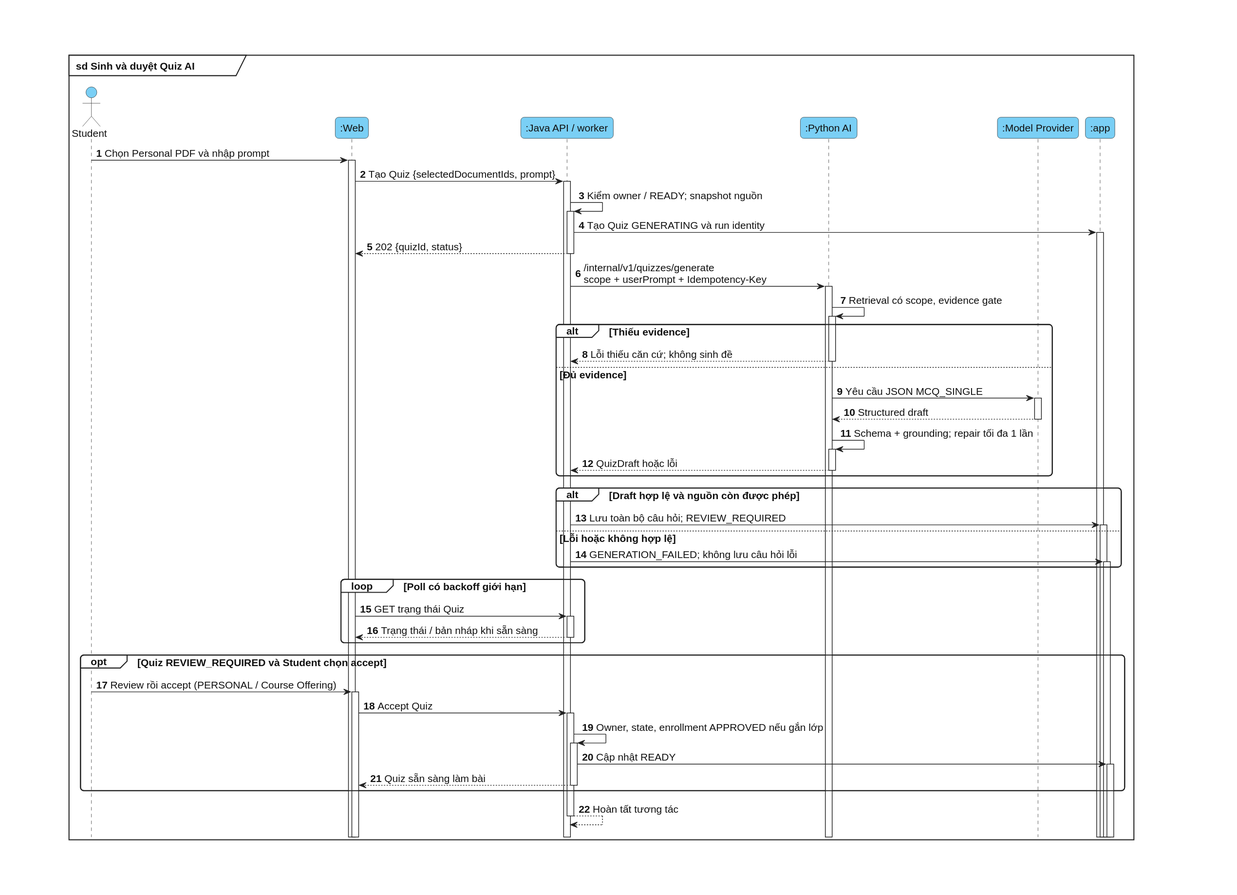
bch7504/DATN keeps this PlantUML diagram as docs/diagrams/chuong-3/sequence-12-quiz.svg. Above is the earlier version. Source of this version:
```plantuml
@startuml
skinparam defaultFontColor #111111
skinparam ArrowColor #222222
skinparam ActorBackgroundColor #7ACFF5
skinparam ActorBorderColor #222222
skinparam NoteBackgroundColor #FFF9D9
skinparam NoteBorderColor #555555
skinparam RectangleBackgroundColor white
skinparam RectangleBorderColor #222222
skinparam ParticipantBackgroundColor #7ACFF5
skinparam ParticipantBorderColor #222222
skinparam LifeLineBackgroundColor #7ACFF5
skinparam LifeLineBorderColor #222222
skinparam SequenceGroupBackgroundColor white
skinparam SequenceGroupBodyBackgroundColor white
skinparam SequenceGroupBorderColor #222222
skinparam shadowing false
skinparam linetype ortho
skinparam backgroundColor white
skinparam defaultFontName Arial
skinparam defaultFontSize 15
skinparam classAttributeIconSize 0
skinparam packageStyle rectangle
skinparam roundcorner 10
skinparam nodesep 30
skinparam ranksep 40
hide footbox
autonumber
autoactivate on
actor Student
participant ":Web" as Web
participant ":Java API / worker" as Java
participant ":Python AI" as AI
participant ":Model Provider" as LLM
participant ":app" as DB
Student -> Web : Chọn Personal PDF và nhập prompt
Web -> Java : Tạo Quiz {selectedDocumentIds, prompt}
Java -> Java : Kiểm owner / READY; snapshot nguồn
Java -> DB : Tạo Quiz GENERATING và run identity
Java --> Web : 202 {quizId, status}
Java -> AI : /internal/v1/quizzes/generate\nscope + userPrompt + Idempotency-Key
AI -> AI : Retrieval có scope, evidence gate
alt Thiếu evidence
AI --> Java : Lỗi thiếu căn cứ; không sinh đề
else Đủ evidence
AI -> LLM : Yêu cầu JSON MCQ_SINGLE
LLM --> AI : Structured draft
AI -> AI : Schema + grounding; repair tối đa 1 lần
AI --> Java : QuizDraft hoặc lỗi
end
alt Draft hợp lệ và nguồn còn được phép
Java -> DB : Lưu toàn bộ câu hỏi; REVIEW_REQUIRED
else Lỗi hoặc không hợp lệ
Java -> DB : GENERATION_FAILED; không lưu câu hỏi lỗi
end
loop Poll có backoff giới hạn
Web -> Java : GET trạng thái Quiz
Java --> Web : Trạng thái / bản nháp khi sẵn sàng
end
opt Quiz REVIEW_REQUIRED và Student chọn accept
Student -> Web : Review rồi accept (PERSONAL / Course Offering)
Web -> Java : Accept Quiz
Java -> Java : Owner, state, enrollment APPROVED nếu gắn lớp
Java -> DB : Cập nhật READY
Java --> Web : Quiz sẵn sàng làm bài
end
return Hoàn tất tương tác
@enduml
```
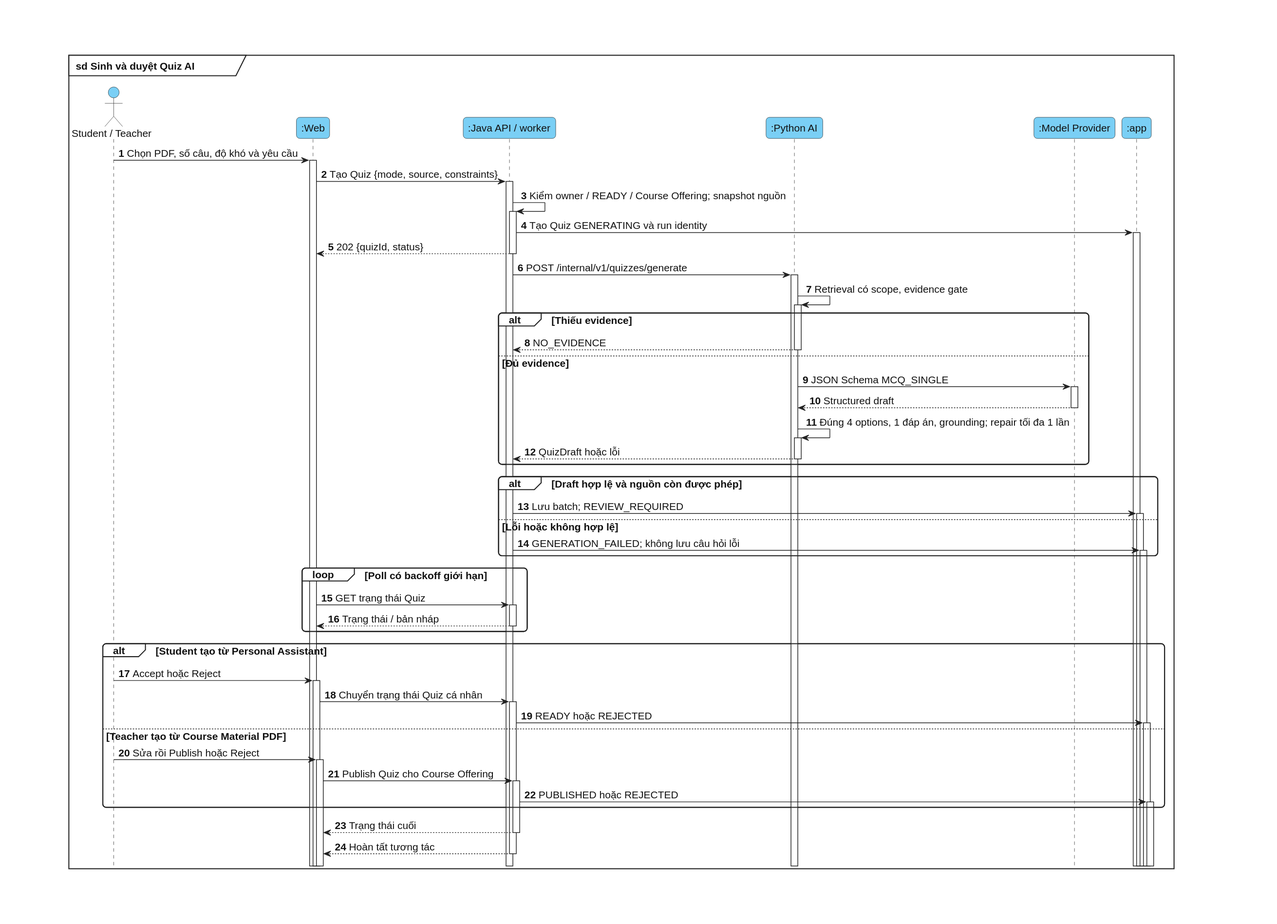
The same diagram one commit later.

Diff of the diagram source:
```diff
@@ -5,8 +5,6 @@
 skinparam ActorBorderColor #222222
 skinparam NoteBackgroundColor #FFF9D9
 skinparam NoteBorderColor #555555
-skinparam RectangleBackgroundColor white
-skinparam RectangleBorderColor #222222
 skinparam ParticipantBackgroundColor #7ACFF5
 skinparam ParticipantBorderColor #222222
 skinparam LifeLineBackgroundColor #7ACFF5
@@ -19,50 +17,51 @@
 skinparam backgroundColor white
 skinparam defaultFontName Arial
 skinparam defaultFontSize 15
-skinparam classAttributeIconSize 0
-skinparam packageStyle rectangle
 skinparam roundcorner 10
-skinparam nodesep 30
-skinparam ranksep 40
 hide footbox
 autonumber
 autoactivate on
-actor Student
+
+actor "Student / Teacher" as User
 participant ":Web" as Web
 participant ":Java API / worker" as Java
 participant ":Python AI" as AI
 participant ":Model Provider" as LLM
 participant ":app" as DB
-Student -> Web : Chọn Personal PDF và nhập prompt
-Web -> Java : Tạo Quiz {selectedDocumentIds, prompt}
-Java -> Java : Kiểm owner / READY; snapshot nguồn
+
+User -> Web : Chọn PDF, số câu, độ khó và yêu cầu
+Web -> Java : Tạo Quiz {mode, source, constraints}
+Java -> Java : Kiểm owner / READY / Course Offering; snapshot nguồn
 Java -> DB : Tạo Quiz GENERATING và run identity
 Java --> Web : 202 {quizId, status}
-Java -> AI : /internal/v1/quizzes/generate\nscope + userPrompt + Idempotency-Key
+Java -> AI : POST /internal/v1/quizzes/generate
 AI -> AI : Retrieval có scope, evidence gate
 alt Thiếu evidence
-AI --> Java : Lỗi thiếu căn cứ; không sinh đề
+  AI --> Java : NO_EVIDENCE
 else Đủ evidence
-AI -> LLM : Yêu cầu JSON MCQ_SINGLE
-LLM --> AI : Structured draft
-AI -> AI : Schema + grounding; repair tối đa 1 lần
-AI --> Java : QuizDraft hoặc lỗi
+  AI -> LLM : JSON Schema MCQ_SINGLE
+  LLM --> AI : Structured draft
+  AI -> AI : Đúng 4 options, 1 đáp án, grounding; repair tối đa 1 lần
+  AI --> Java : QuizDraft hoặc lỗi
 end
 alt Draft hợp lệ và nguồn còn được phép
-Java -> DB : Lưu toàn bộ câu hỏi; REVIEW_REQUIRED
+  Java -> DB : Lưu batch; REVIEW_REQUIRED
 else Lỗi hoặc không hợp lệ
-Java -> DB : GENERATION_FAILED; không lưu câu hỏi lỗi
+  Java -> DB : GENERATION_FAILED; không lưu câu hỏi lỗi
 end
 loop Poll có backoff giới hạn
-Web -> Java : GET trạng thái Quiz
-Java --> Web : Trạng thái / bản nháp khi sẵn sàng
+  Web -> Java : GET trạng thái Quiz
+  Java --> Web : Trạng thái / bản nháp
 end
-opt Quiz REVIEW_REQUIRED và Student chọn accept
-Student -> Web : Review rồi accept (PERSONAL / Course Offering)
-Web -> Java : Accept Quiz
-Java -> Java : Owner, state, enrollment APPROVED nếu gắn lớp
-Java -> DB : Cập nhật READY
-Java --> Web : Quiz sẵn sàng làm bài
+alt Student tạo từ Personal Assistant
+  User -> Web : Accept hoặc Reject
+  Web -> Java : Chuyển trạng thái Quiz cá nhân
+  Java -> DB : READY hoặc REJECTED
+else Teacher tạo từ Course Material PDF
+  User -> Web : Sửa rồi Publish hoặc Reject
+  Web -> Java : Publish Quiz cho Course Offering
+  Java -> DB : PUBLISHED hoặc REJECTED
 end
+Java --> Web : Trạng thái cuối
 return Hoàn tất tương tác
 @enduml
```
